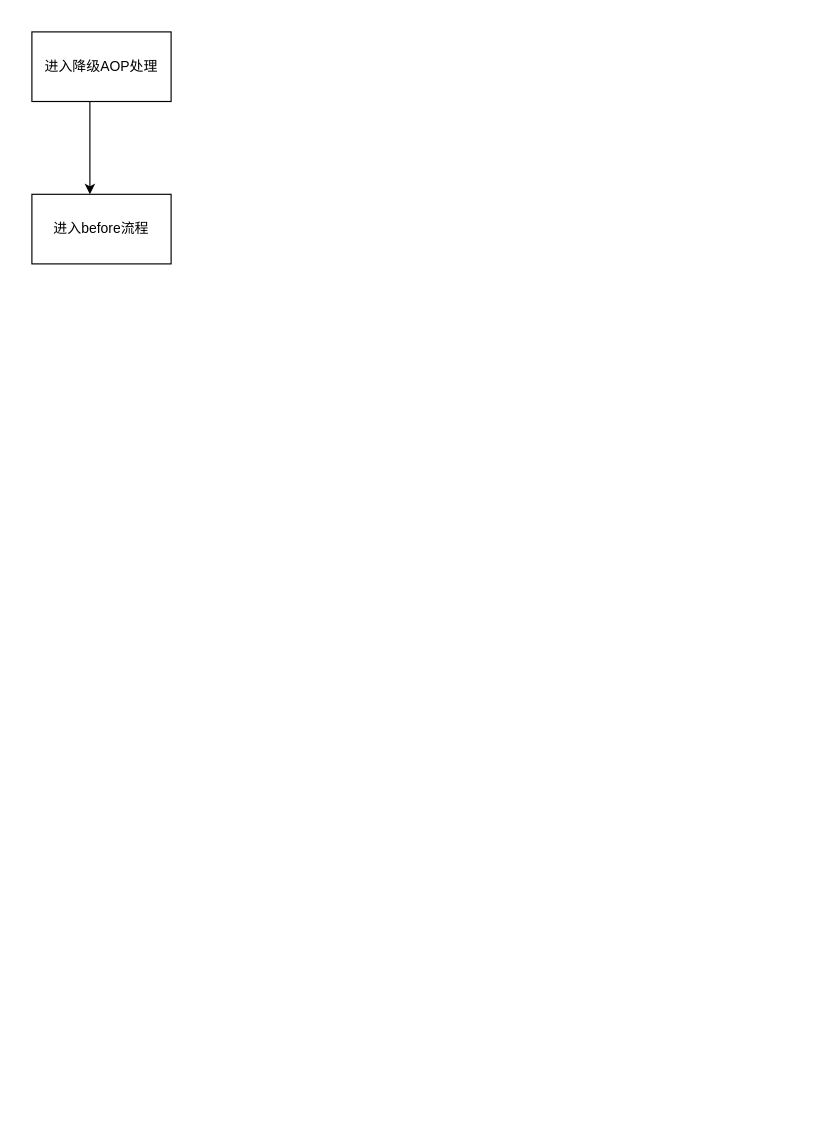
Above: Untitled Diagram.drawio in Eizooo/appinfoTest (draw.io), before the change. Source tidied: cells renumbered, new cells numbered last; positions are measured from the earlier drawing's top-left corner, leaving out a move shared by most shapes. Both pictures are drawn from the tidied source at 116%, with x=0, y=0 at pixel (31, 31).
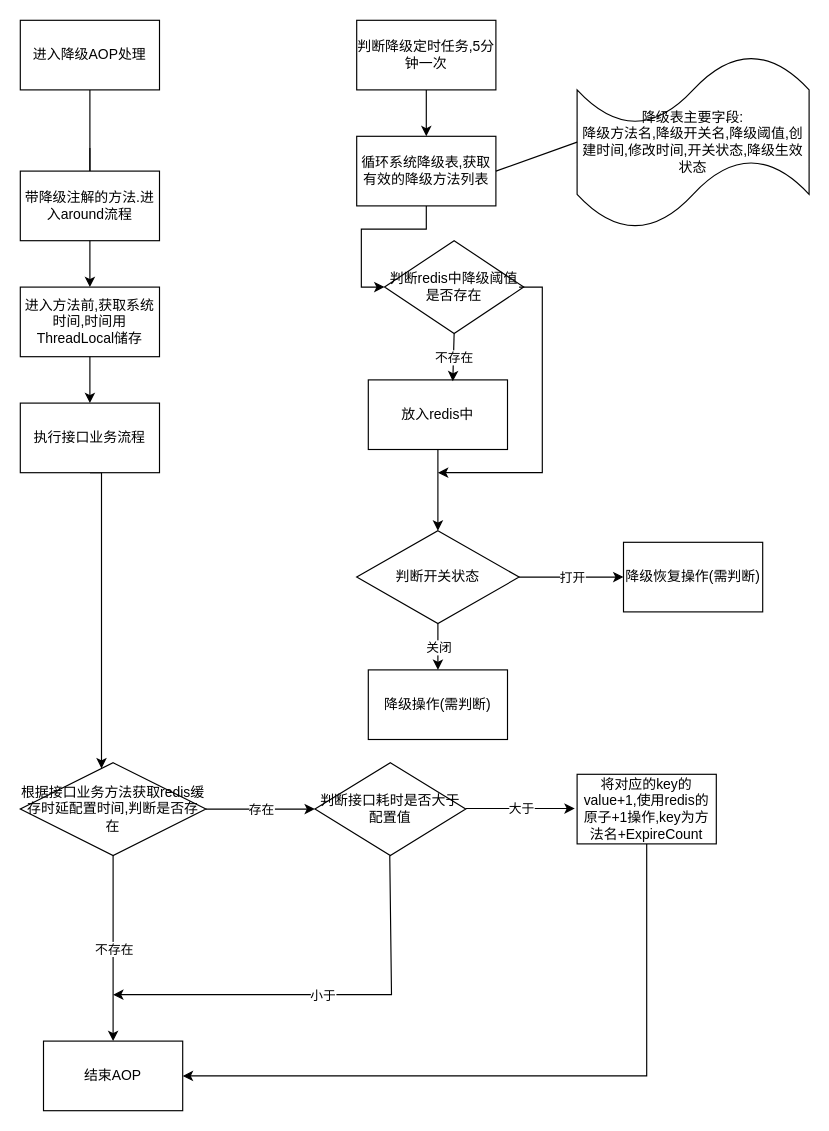
Above is the later version.

What changed in the source:
```diff
@@
-    <mxCell id="2" style="edgeStyle=orthogonalEdgeStyle;rounded=0;jettySize=auto;html=1;" parent="1" edge="1" source="3" target="4">
+    <mxCell id="2" style="edgeStyle=orthogonalEdgeStyle;rounded=0;jettySize=auto;html=1;startArrow=none;" parent="1" edge="1" source="5" target="4">
       <mxGeometry relative="1" as="geometry">
         <Array as="points">
           <mxPoint x="50" y="100" />
           <mxPoint x="50" y="100" />
         </Array>
       </mxGeometry>
     </mxCell>
     <mxCell id="3" value="进入降级AOP处理" style="rounded=0;whiteSpace=wrap;html=1;" parent="1" vertex="1">
-      <mxGeometry width="120" height="60" as="geometry" />
+      <mxGeometry x="-10" y="-10" width="120" height="60" as="geometry" />
     </mxCell>
-    <mxCell id="4" value="进入before流程" style="whiteSpace=wrap;html=1;rounded=0;" parent="1" vertex="1">
-      <mxGeometry y="140" width="120" height="60" as="geometry" />
+    <mxCell id="4" value="进入方法前,获取系统时间,时间用ThreadLocal储存" style="whiteSpace=wrap;html=1;rounded=0;" parent="1" vertex="1">
+      <mxGeometry x="-10" y="220" width="120" height="60" as="geometry" />
     </mxCell>
+    <mxCell id="5" value="带降级注解的方法.进入around流程" style="whiteSpace=wrap;html=1;rounded=0;" parent="1" vertex="1">
+      <mxGeometry x="-10" y="120" width="120" height="60" as="geometry" />
+    </mxCell>
+    <mxCell id="6" style="edgeStyle=orthogonalEdgeStyle;rounded=0;jettySize=auto;html=1;exitX=0.5;exitY=1;exitDx=0;exitDy=0;" parent="1" edge="1" source="14" target="7">
+      <mxGeometry relative="1" as="geometry">
+        <Array as="points">
+          <mxPoint x="60" y="380" />
+        </Array>
+      </mxGeometry>
+    </mxCell>
+    <mxCell id="7" value="根据接口业务方法获取redis缓存时延配置时间,判断是否存在" style="rhombus;whiteSpace=wrap;html=1;rounded=0;" parent="1" vertex="1">
+      <mxGeometry x="-10" y="630" width="160" height="80" as="geometry" />
+    </mxCell>
+    <mxCell id="8" style="edgeStyle=orthogonalEdgeStyle;rounded=0;jettySize=auto;html=1;endArrow=none;" parent="1" edge="1" source="3" target="5">
+      <mxGeometry relative="1" as="geometry">
+        <Array as="points">
+          <mxPoint x="50" y="80" />
+          <mxPoint x="50" y="80" />
+        </Array>
+      </mxGeometry>
+    </mxCell>
+    <mxCell id="9" style="edgeStyle=orthogonalEdgeStyle;rounded=0;jettySize=auto;html=1;" parent="1" edge="1" source="10" target="12">
+      <mxGeometry relative="1" as="geometry" />
+    </mxCell>
+    <mxCell id="10" value="判断降级定时任务,5分钟一次" style="rounded=0;whiteSpace=wrap;html=1;" parent="1" vertex="1">
+      <mxGeometry x="280" y="-10" width="120" height="60" as="geometry" />
+    </mxCell>
+    <mxCell id="11" style="edgeStyle=orthogonalEdgeStyle;rounded=0;jettySize=auto;html=1;labelBorderColor=default;entryX=0;entryY=0.5;entryDx=0;entryDy=0;" parent="1" edge="1" source="12" target="31">
+      <mxGeometry relative="1" as="geometry" />
+    </mxCell>
+    <mxCell id="12" value="循环系统降级表,获取有效的降级方法列表" style="rounded=0;whiteSpace=wrap;html=1;" parent="1" vertex="1">
+      <mxGeometry x="280" y="90" width="120" height="60" as="geometry" />
+    </mxCell>
+    <mxCell id="13" style="endArrow=classic;html=1;rounded=0;exitX=0.5;exitY=1;exitDx=0;exitDy=0;entryX=0.5;entryY=0;entryDx=0;entryDy=0;" parent="1" edge="1" source="4" target="14">
+      <mxGeometry relative="1" as="geometry" />
+    </mxCell>
+    <mxCell id="14" value="执行接口业务流程" style="rounded=0;whiteSpace=wrap;html=1;" parent="1" vertex="1">
+      <mxGeometry x="-10" y="320" width="120" height="60" as="geometry" />
+    </mxCell>
+    <mxCell id="15" value="结束AOP" style="whiteSpace=wrap;html=1;rounded=0;" parent="1" vertex="1">
+      <mxGeometry x="10" y="870" width="120" height="60" as="geometry" />
+    </mxCell>
+    <mxCell id="16" style="endArrow=classic;html=1;rounded=0;exitX=0.5;exitY=1;exitDx=0;exitDy=0;entryX=0.5;entryY=0;entryDx=0;entryDy=0;" parent="1" edge="1" source="7" target="15">
+      <mxGeometry relative="1" as="geometry" />
+    </mxCell>
+    <mxCell id="17" value="不存在" style="edgeLabel;html=1;align=center;verticalAlign=middle;" parent="16" vertex="1">
+      <mxGeometry relative="1" as="geometry" />
+    </mxCell>
+    <mxCell id="18" value="判断接口耗时是否大于配置值" style="rhombus;whiteSpace=wrap;html=1;" parent="1" vertex="1">
+      <mxGeometry x="244" y="630" width="130" height="80" as="geometry" />
+    </mxCell>
+    <mxCell id="19" style="endArrow=classic;html=1;rounded=0;exitX=1;exitY=0.5;exitDx=0;exitDy=0;entryX=0;entryY=0.5;entryDx=0;entryDy=0;" parent="1" edge="1" source="7" target="18">
+      <mxGeometry relative="1" as="geometry" />
+    </mxCell>
+    <mxCell id="20" value="存在" style="edgeLabel;html=1;align=center;verticalAlign=middle;" parent="19" vertex="1">
+      <mxGeometry relative="1" as="geometry" />
+    </mxCell>
+    <mxCell id="21" style="endArrow=classic;html=1;rounded=0;exitX=1;exitY=0.5;exitDx=0;exitDy=0;entryX=0;entryY=0.5;entryDx=0;entryDy=0;" parent="1" edge="1">
+      <mxGeometry relative="1" as="geometry">
+        <mxPoint x="374" y="669.5" as="sourcePoint" />
+        <mxPoint x="468" y="669.5" as="targetPoint" />
+      </mxGeometry>
+    </mxCell>
+    <mxCell id="22" value="大于" style="edgeLabel;html=1;align=center;verticalAlign=middle;" parent="21" vertex="1">
+      <mxGeometry relative="1" as="geometry" />
+    </mxCell>
+    <mxCell id="23" style="endArrow=classic;html=1;rounded=0;exitX=0.5;exitY=1;exitDx=0;exitDy=0;" parent="1" edge="1">
+      <mxGeometry relative="1" as="geometry">
+        <mxPoint x="308.5" y="710" as="sourcePoint" />
+        <mxPoint x="70" y="830" as="targetPoint" />
+        <Array as="points">
+          <mxPoint x="310" y="830" />
+        </Array>
+      </mxGeometry>
+    </mxCell>
+    <mxCell id="24" value="小于" style="edgeLabel;html=1;align=center;verticalAlign=middle;" parent="23" vertex="1">
+      <mxGeometry relative="1" as="geometry" />
+    </mxCell>
+    <mxCell id="25" value="将对应的key的value+1,使用redis的原子+1操作,key为方法名+ExpireCount" style="rounded=0;whiteSpace=wrap;html=1;" parent="1" vertex="1">
+      <mxGeometry x="470" y="640" width="120" height="60" as="geometry" />
+    </mxCell>
+    <mxCell id="26" style="endArrow=classic;html=1;rounded=0;exitX=0.5;exitY=1;exitDx=0;exitDy=0;" parent="1" edge="1" source="25" target="15">
+      <mxGeometry relative="1" as="geometry">
+        <Array as="points">
+          <mxPoint x="530" y="900" />
+        </Array>
+      </mxGeometry>
+    </mxCell>
+    <mxCell id="27" value="降级表主要字段:&lt;br&gt;降级方法名,降级开关名,降级阈值,创建时间,修改时间,开关状态,降级生效状态" style="shape=tape;whiteSpace=wrap;html=1;" parent="1" vertex="1">
+      <mxGeometry x="470" y="20" width="200" height="150" as="geometry" />
+    </mxCell>
+    <mxCell id="28" style="endArrow=none;html=1;rounded=0;labelBorderColor=default;exitX=1;exitY=0.5;exitDx=0;exitDy=0;entryX=0;entryY=0.5;entryDx=0;entryDy=0;entryPerimeter=0;" parent="1" edge="1" source="12" target="27">
+      <mxGeometry relative="1" as="geometry" />
+    </mxCell>
+    <mxCell id="29" style="edgeStyle=orthogonalEdgeStyle;rounded=0;jettySize=auto;html=1;labelBorderColor=default;entryX=0.5;entryY=0;entryDx=0;entryDy=0;" parent="1" edge="1" source="30" target="35">
+      <mxGeometry relative="1" as="geometry" />
+    </mxCell>
+    <mxCell id="30" value="放入redis中" style="rounded=0;whiteSpace=wrap;html=1;" parent="1" vertex="1">
+      <mxGeometry x="290" y="300" width="120" height="60" as="geometry" />
+    </mxCell>
+    <mxCell id="31" value="&lt;span&gt;判断redis中降级阈值是否存在&lt;/span&gt;" style="rhombus;whiteSpace=wrap;html=1;rounded=0;" parent="1" vertex="1">
+      <mxGeometry x="304" y="180" width="120" height="80" as="geometry" />
+    </mxCell>
+    <mxCell id="32" style="endArrow=classic;html=1;rounded=0;labelBorderColor=default;exitX=0.5;exitY=1;exitDx=0;exitDy=0;entryX=0.607;entryY=0.02;entryDx=0;entryDy=0;entryPerimeter=0;" parent="1" edge="1" source="31" target="30">
+      <mxGeometry relative="1" as="geometry" />
+    </mxCell>
+    <mxCell id="33" value="不存在" style="edgeLabel;html=1;align=center;verticalAlign=middle;" parent="32" vertex="1">
+      <mxGeometry relative="1" as="geometry" />
+    </mxCell>
+    <mxCell id="34" style="endArrow=classic;html=1;rounded=0;labelBorderColor=default;" parent="1" edge="1">
+      <mxGeometry relative="1" as="geometry">
+        <mxPoint x="420" y="220" as="sourcePoint" />
+        <mxPoint x="350" y="380" as="targetPoint" />
+        <Array as="points">
+          <mxPoint x="440" y="220" />
+          <mxPoint x="440" y="380" />
+        </Array>
+      </mxGeometry>
+    </mxCell>
+    <mxCell id="35" value="判断开关状态" style="rhombus;whiteSpace=wrap;html=1;rounded=0;" parent="1" vertex="1">
+      <mxGeometry x="280" y="430" width="140" height="80" as="geometry" />
+    </mxCell>
+    <mxCell id="36" value="降级恢复操作(需判断)" style="whiteSpace=wrap;html=1;rounded=0;" parent="1" vertex="1">
+      <mxGeometry x="510" y="440" width="120" height="60" as="geometry" />
+    </mxCell>
+    <mxCell id="37" style="endArrow=classic;html=1;rounded=0;exitX=1;exitY=0.5;exitDx=0;exitDy=0;entryX=0;entryY=0.5;entryDx=0;entryDy=0;" parent="1" edge="1" source="35" target="36">
+      <mxGeometry relative="1" as="geometry" />
+    </mxCell>
+    <mxCell id="38" value="打开" style="edgeLabel;html=1;align=center;verticalAlign=middle;" parent="37" vertex="1">
+      <mxGeometry relative="1" as="geometry" />
+    </mxCell>
+    <mxCell id="39" value="降级操作(需判断)" style="rounded=0;whiteSpace=wrap;html=1;" parent="1" vertex="1">
+      <mxGeometry x="290" y="550" width="120" height="60" as="geometry" />
+    </mxCell>
+    <mxCell id="40" style="endArrow=classic;html=1;rounded=0;exitX=0.5;exitY=1;exitDx=0;exitDy=0;entryX=0.5;entryY=0;entryDx=0;entryDy=0;" parent="1" edge="1" source="35" target="39">
+      <mxGeometry relative="1" as="geometry" />
+    </mxCell>
+    <mxCell id="41" value="关闭" style="edgeLabel;html=1;align=center;verticalAlign=middle;" parent="40" vertex="1">
+      <mxGeometry relative="1" as="geometry" />
+    </mxCell>
```
